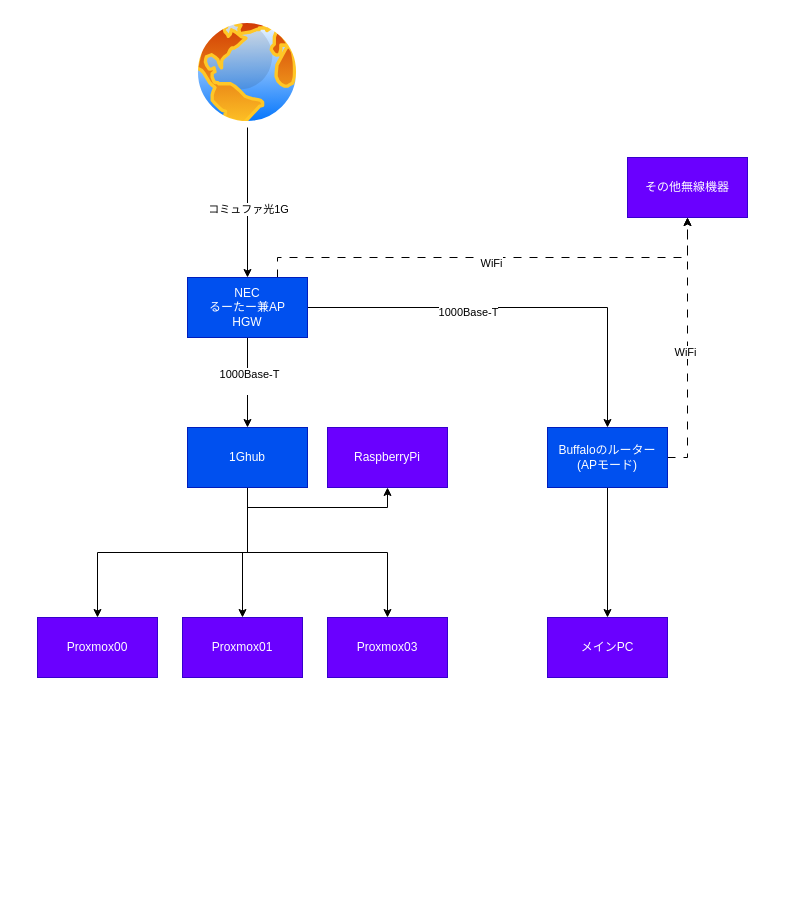
This is Untitled Diagram.drawio from nekorobi-0/About_My_Server, a draw.io file, before an edit. Source tidied: cells renumbered, new cells numbered last; positions are measured from the earlier drawing's top-left corner, leaving out a move shared by most shapes. Both pictures are drawn from the tidied source at 100%, with x=0, y=0 at pixel (37, 17).
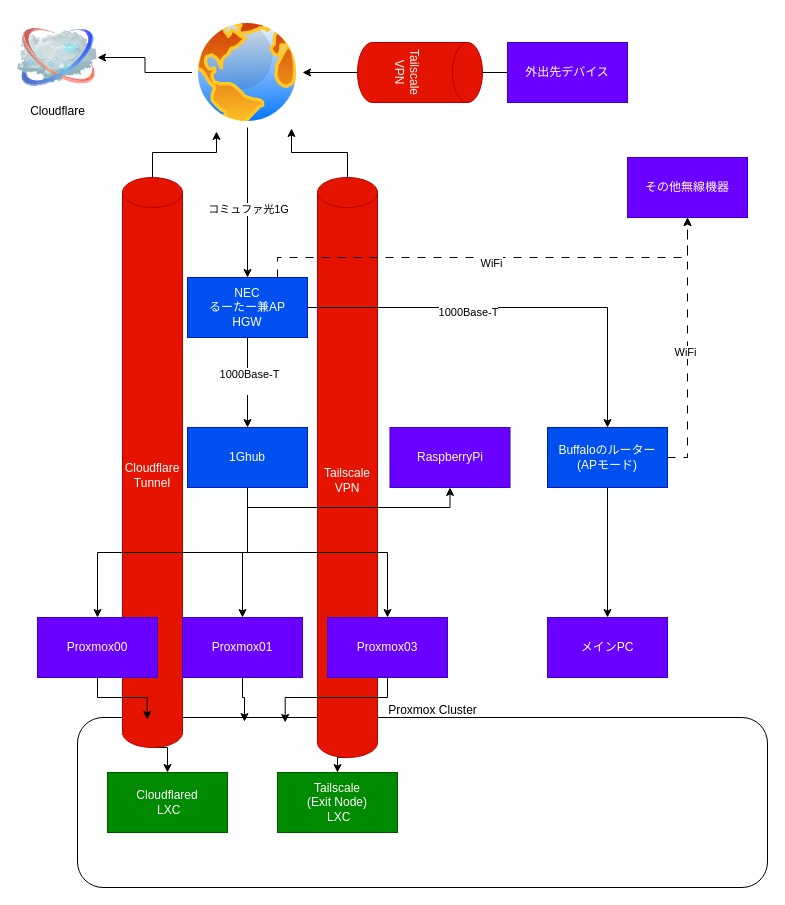
Above is the later version.

The change refers to these unchanged cells:
```xml
<mxCell id="17" style="image;perimeter=ellipsePerimeter;html=1;align=center;shadow=0;dashed=0;spacingTop=3;image=img/lib/active_directory/internet_globe.svg;" parent="1" vertex="1">
  <mxGeometry x="155" width="110" height="110" as="geometry" />
</mxCell>
<mxCell id="18" value="Proxmox00" style="rounded=0;whiteSpace=wrap;html=1;fillColor=#6a00ff;strokeColor=#3700CC;fontColor=#ffffff;" parent="1" vertex="1">
  <mxGeometry y="600" width="120" height="60" as="geometry" />
</mxCell>
<mxCell id="19" value="Proxmox01" style="rounded=0;whiteSpace=wrap;html=1;fillColor=#6a00ff;strokeColor=#3700CC;fontColor=#ffffff;" parent="1" vertex="1">
  <mxGeometry x="145" y="600" width="120" height="60" as="geometry" />
</mxCell>
<mxCell id="20" value="Proxmox03" style="rounded=0;whiteSpace=wrap;html=1;fillColor=#6a00ff;strokeColor=#3700CC;fontColor=#ffffff;" parent="1" vertex="1">
  <mxGeometry x="290" y="600" width="120" height="60" as="geometry" />
</mxCell>
```

Change to the diagram source:
```diff
@@
+    <mxCell id="28" style="rounded=1;whiteSpace=wrap;html=1;" parent="1" vertex="1">
+      <mxGeometry x="40" y="700" width="690" height="170" as="geometry" />
+    </mxCell>
@@
+    <mxCell id="29" style="edgeStyle=orthogonalEdgeStyle;rounded=0;jettySize=auto;html=1;exitX=0.5;exitY=1;exitDx=0;exitDy=0;exitPerimeter=0;entryX=0.5;entryY=0;entryDx=0;entryDy=0;" parent="1" edge="1" source="30" target="38">
+      <mxGeometry relative="1" as="geometry" />
+    </mxCell>
+    <mxCell id="30" value="Cloudflare&lt;div&gt;Tunnel&lt;/div&gt;" style="shape=cylinder3;whiteSpace=wrap;html=1;boundedLbl=1;backgroundOutline=1;size=15;fillColor=#e51400;fontColor=#ffffff;strokeColor=#B20000;" parent="1" vertex="1">
+      <mxGeometry x="85" y="160" width="60" height="570" as="geometry" />
+    </mxCell>
+    <mxCell id="31" style="edgeStyle=orthogonalEdgeStyle;rounded=0;jettySize=auto;html=1;exitX=0.5;exitY=1;exitDx=0;exitDy=0;exitPerimeter=0;entryX=0.5;entryY=0;entryDx=0;entryDy=0;" parent="1" edge="1" source="32" target="43">
+      <mxGeometry relative="1" as="geometry" />
+    </mxCell>
+    <mxCell id="32" value="Tailscale&lt;br&gt;VPN" style="shape=cylinder3;whiteSpace=wrap;html=1;boundedLbl=1;backgroundOutline=1;size=15;fillColor=#e51400;fontColor=#ffffff;strokeColor=#B20000;" parent="1" vertex="1">
+      <mxGeometry x="280" y="160" width="60" height="580" as="geometry" />
+    </mxCell>
@@
+    <mxCell id="33" style="edgeStyle=orthogonalEdgeStyle;rounded=0;jettySize=auto;html=1;exitX=0;exitY=0.5;exitDx=0;exitDy=0;entryX=1;entryY=0.5;entryDx=0;entryDy=0;" parent="1" edge="1" source="17" target="39">
+      <mxGeometry relative="1" as="geometry" />
+    </mxCell>
@@
     <mxCell id="21" value="RaspberryPi" style="rounded=0;whiteSpace=wrap;html=1;fillColor=#6a00ff;strokeColor=#3700CC;fontColor=#ffffff;" parent="1" vertex="1">
-      <mxGeometry x="290" y="410" width="120" height="60" as="geometry" />
+      <mxGeometry x="352.5" y="410" width="120" height="60" as="geometry" />
     </mxCell>
@@
+    <mxCell id="34" value="Proxmox Cluster" style="text;html=1;align=center;verticalAlign=middle;strokeColor=none;fillColor=none;" parent="1" vertex="1">
+      <mxGeometry x="340" y="678" width="110" height="30" as="geometry" />
+    </mxCell>
+    <mxCell id="35" style="edgeStyle=orthogonalEdgeStyle;rounded=0;jettySize=auto;html=1;exitX=0.5;exitY=1;exitDx=0;exitDy=0;entryX=0.101;entryY=0.012;entryDx=0;entryDy=0;entryPerimeter=0;" parent="1" edge="1" source="18" target="28">
+      <mxGeometry relative="1" as="geometry" />
+    </mxCell>
+    <mxCell id="36" style="edgeStyle=orthogonalEdgeStyle;rounded=0;jettySize=auto;html=1;exitX=0.5;exitY=1;exitDx=0;exitDy=0;entryX=0.242;entryY=0.024;entryDx=0;entryDy=0;entryPerimeter=0;" parent="1" edge="1" source="19" target="28">
+      <mxGeometry relative="1" as="geometry" />
+    </mxCell>
+    <mxCell id="37" style="edgeStyle=orthogonalEdgeStyle;rounded=0;jettySize=auto;html=1;exitX=0.5;exitY=1;exitDx=0;exitDy=0;entryX=0.301;entryY=0.029;entryDx=0;entryDy=0;entryPerimeter=0;" parent="1" edge="1" source="20" target="28">
+      <mxGeometry relative="1" as="geometry" />
+    </mxCell>
+    <mxCell id="38" value="Cloudflared&lt;div&gt;&lt;span style=&quot;background-color: transparent; color: light-dark(rgb(255, 255, 255), rgb(18, 18, 18));&quot;&gt;&amp;nbsp;LXC&lt;/span&gt;&lt;/div&gt;" style="rounded=0;whiteSpace=wrap;html=1;fillColor=#008a00;fontColor=#ffffff;strokeColor=#005700;" parent="1" vertex="1">
+      <mxGeometry x="70" y="755" width="120" height="60" as="geometry" />
+    </mxCell>
+    <mxCell id="39" value="Cloudflare" style="image;html=1;image=img/lib/clip_art/networking/Cloud_128x128.png;" parent="1" vertex="1">
+      <mxGeometry x="-20" width="80" height="80" as="geometry" />
+    </mxCell>
+    <mxCell id="40" style="edgeStyle=orthogonalEdgeStyle;rounded=0;jettySize=auto;html=1;exitX=0;exitY=0.5;exitDx=0;exitDy=0;entryX=1;entryY=0.5;entryDx=0;entryDy=0;" parent="1" edge="1" source="41" target="17">
+      <mxGeometry relative="1" as="geometry" />
+    </mxCell>
+    <mxCell id="41" value="外出先デバイス" style="rounded=0;whiteSpace=wrap;html=1;fillColor=#6a00ff;strokeColor=#3700CC;fontColor=#ffffff;" parent="1" vertex="1">
+      <mxGeometry x="470" y="25" width="120" height="60" as="geometry" />
+    </mxCell>
+    <mxCell id="42" value="Tailscale&lt;div&gt;VPN&lt;/div&gt;" style="shape=cylinder3;whiteSpace=wrap;html=1;boundedLbl=1;backgroundOutline=1;size=15;rotation=90;fillColor=#e51400;fontColor=#ffffff;strokeColor=#B20000;" parent="1" vertex="1">
+      <mxGeometry x="352.5" y="-7.5" width="60" height="125" as="geometry" />
+    </mxCell>
+    <mxCell id="43" value="Tailscale&lt;br&gt;(Exit Node&lt;span style=&quot;background-color: transparent; color: light-dark(rgb(255, 255, 255), rgb(18, 18, 18));&quot;&gt;)&lt;/span&gt;&lt;div&gt;&lt;div&gt;&lt;div&gt;&lt;span style=&quot;background-color: transparent; color: light-dark(rgb(255, 255, 255), rgb(18, 18, 18));&quot;&gt;&amp;nbsp;LXC&lt;br&gt;&lt;/span&gt;&lt;/div&gt;&lt;/div&gt;&lt;/div&gt;" style="rounded=0;whiteSpace=wrap;html=1;fillColor=#008a00;fontColor=#ffffff;strokeColor=#005700;" parent="1" vertex="1">
+      <mxGeometry x="240" y="755" width="120" height="60" as="geometry" />
+    </mxCell>
+    <mxCell id="44" style="edgeStyle=orthogonalEdgeStyle;rounded=0;jettySize=auto;html=1;exitX=0.5;exitY=0;exitDx=0;exitDy=0;exitPerimeter=0;entryX=0.218;entryY=1.036;entryDx=0;entryDy=0;entryPerimeter=0;" parent="1" edge="1" source="30" target="17">
+      <mxGeometry relative="1" as="geometry" />
+    </mxCell>
+    <mxCell id="45" style="edgeStyle=orthogonalEdgeStyle;rounded=0;jettySize=auto;html=1;exitX=0.5;exitY=0;exitDx=0;exitDy=0;exitPerimeter=0;entryX=0.9;entryY=1.009;entryDx=0;entryDy=0;entryPerimeter=0;" parent="1" edge="1" source="32" target="17">
+      <mxGeometry relative="1" as="geometry" />
+    </mxCell>
```
